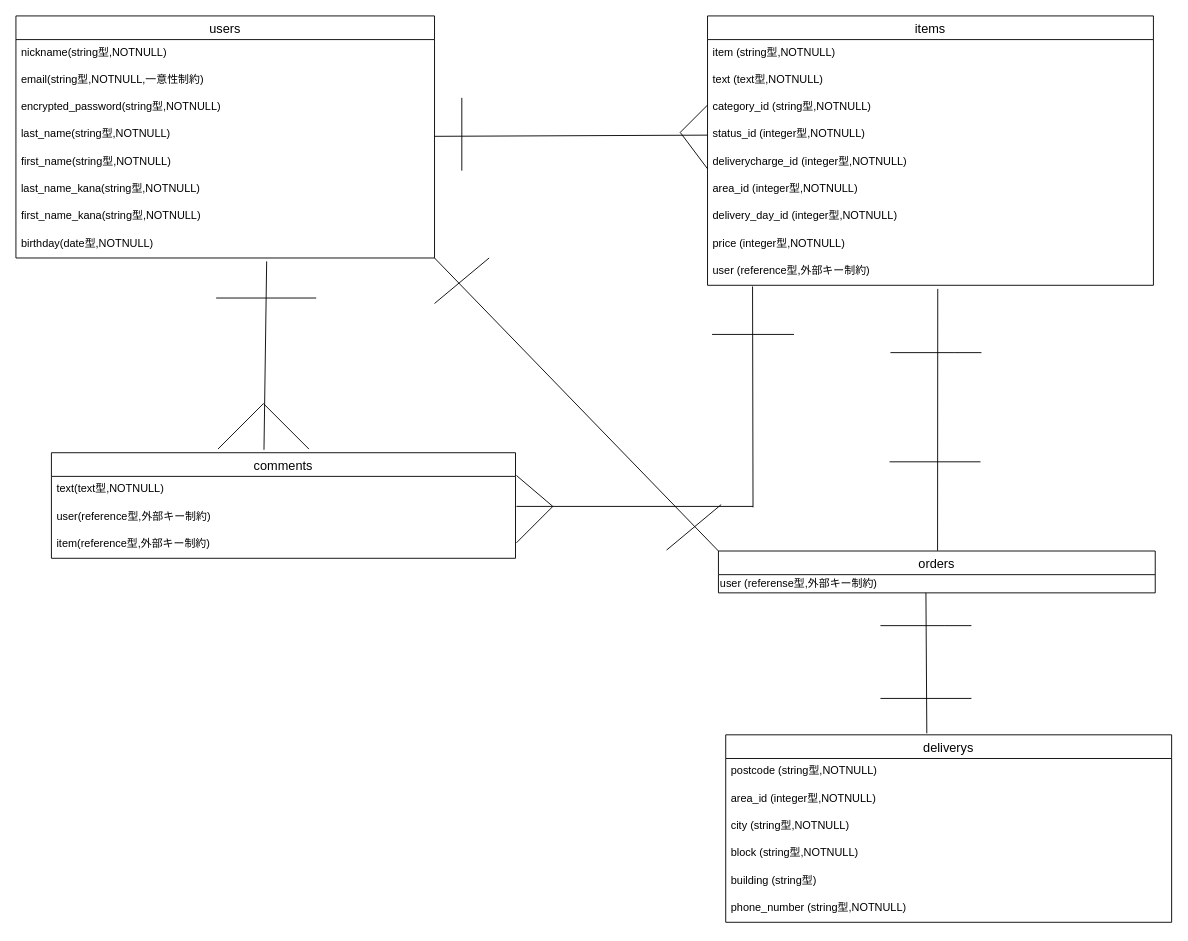
Before: furima.dio in nariki07/furima-38307, a draw.io diagram. Source tidied: cells renumbered, new cells numbered last; positions are measured from the earlier drawing's top-left corner, leaving out a move shared by most shapes. Both pictures are drawn from the tidied source at 91%, with x=0, y=0 at pixel (15, 15).
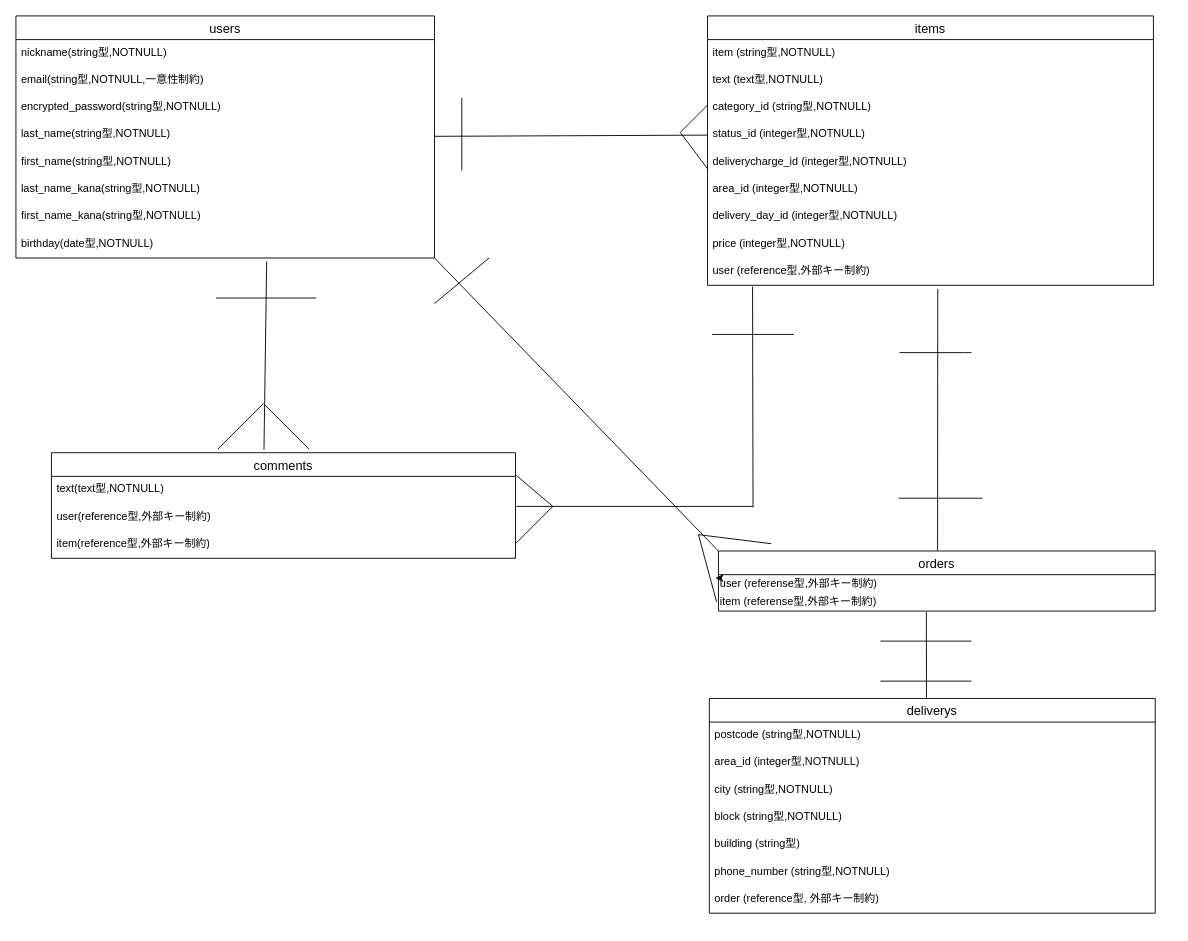
The same diagram, later.

Commit message (it also covers changes not shown here):
データベース設計の修正2

Unchanged cells that the change refers to:
```xml
<mxCell id="46" value="user (referense型,外部キー制約)" style="text;html=1;align=left;verticalAlign=middle;points=[];strokeColor=none;fillColor=none;" parent="45" vertex="1">
  <mxGeometry y="26" width="480" height="20" as="geometry" />
</mxCell>
```

Change to the diagram source:
```diff
@@
     <mxCell id="26" value="deliverys" style="swimlane;fontStyle=0;horizontal=1;startSize=26;align=center;fontSize=14;" parent="1" vertex="1">
-      <mxGeometry x="780" y="790" width="490" height="206" as="geometry" />
+      <mxGeometry x="762" y="750" width="490" height="236" as="geometry" />
     </mxCell>
@@
+    <mxCell id="53" value="order (reference型, 外部キー制約)" style="text;strokeColor=none;fillColor=none;spacingLeft=4;spacingRight=4;overflow=hidden;fontSize=12;" parent="26" vertex="1">
+      <mxGeometry y="206" width="490" height="30" as="geometry" />
+    </mxCell>
@@
-    <mxCell id="43" style="endArrow=none;html=1;rounded=0;" parent="1" edge="1">
-      <mxGeometry relative="1" as="geometry">
-        <mxPoint x="960" y="490" as="sourcePoint" />
-        <mxPoint x="1060" y="490" as="targetPoint" />
-      </mxGeometry>
-    </mxCell>
     <mxCell id="44" style="endArrow=none;html=1;rounded=0;" parent="1" edge="1">
       <mxGeometry relative="1" as="geometry">
-        <mxPoint x="961" y="370" as="sourcePoint" />
-        <mxPoint x="1061" y="370" as="targetPoint" />
+        <mxPoint x="971" y="370" as="sourcePoint" />
+        <mxPoint x="1050" y="370" as="targetPoint" />
         <Array as="points">
-          <mxPoint x="1031" y="370" />
+          <mxPoint x="1041" y="370" />
         </Array>
       </mxGeometry>
     </mxCell>
     <mxCell id="45" value="orders" style="swimlane;fontStyle=0;horizontal=1;startSize=26;align=center;fontSize=14;" parent="1" vertex="1">
-      <mxGeometry x="772" y="588" width="480" height="46" as="geometry" />
+      <mxGeometry x="772" y="588" width="480" height="66" as="geometry" />
     </mxCell>
+    <mxCell id="43" style="endArrow=none;html=1;rounded=0;" parent="45" edge="1">
+      <mxGeometry relative="1" as="geometry">
+        <mxPoint x="198" y="-58" as="sourcePoint" />
+        <mxPoint x="290" y="-58" as="targetPoint" />
+        <Array as="points">
+          <mxPoint x="238" y="-58" />
+        </Array>
+      </mxGeometry>
+    </mxCell>
@@
-    <mxCell id="47" style="endArrow=none;html=1;rounded=0;entryX=0.451;entryY=-0.008;entryDx=0;entryDy=0;entryPerimeter=0;" parent="45" edge="1" target="26">
-      <mxGeometry relative="1" as="geometry">
-        <mxPoint x="228" y="46" as="sourcePoint" />
-      </mxGeometry>
-    </mxCell>
+    <mxCell id="54" value="item (referense型,外部キー制約)" style="text;html=1;align=left;verticalAlign=middle;points=[];strokeColor=none;fillColor=none;" parent="45" vertex="1">
+      <mxGeometry y="46" width="480" height="20" as="geometry" />
+    </mxCell>
+    <mxCell id="55" style="edgeStyle=none;html=1;entryX=-0.007;entryY=0.186;entryDx=0;entryDy=0;entryPerimeter=0;" parent="45" edge="1" source="45" target="46">
+      <mxGeometry relative="1" as="geometry" />
+    </mxCell>
+    <mxCell id="50" style="endArrow=none;html=1;rounded=0;" parent="45" edge="1">
+      <mxGeometry relative="1" as="geometry">
+        <mxPoint x="-2" y="56" as="sourcePoint" />
+        <mxPoint x="58" y="-8" as="targetPoint" />
+        <Array as="points">
+          <mxPoint x="-22" y="-18" />
+        </Array>
+      </mxGeometry>
+    </mxCell>
@@
-    <mxCell id="50" style="endArrow=none;html=1;rounded=0;" parent="1" edge="1">
-      <mxGeometry relative="1" as="geometry">
-        <mxPoint x="715" y="587" as="sourcePoint" />
-        <mxPoint x="775" y="537" as="targetPoint" />
-      </mxGeometry>
-    </mxCell>
     <mxCell id="51" style="endArrow=none;html=1;rounded=0;" parent="1" edge="1">
       <mxGeometry relative="1" as="geometry">
-        <mxPoint x="950" y="750" as="sourcePoint" />
-        <mxPoint x="1050" y="750" as="targetPoint" />
+        <mxPoint x="950" y="731" as="sourcePoint" />
+        <mxPoint x="1050" y="731" as="targetPoint" />
       </mxGeometry>
     </mxCell>
-    <mxCell id="52" style="endArrow=none;html=1;rounded=0;" parent="1" edge="1">
-      <mxGeometry relative="1" as="geometry">
-        <mxPoint x="950" y="670" as="sourcePoint" />
-        <mxPoint x="1050" y="670" as="targetPoint" />
-        <Array as="points">
-          <mxPoint x="1020" y="670" />
-        </Array>
-      </mxGeometry>
-    </mxCell>
+    <mxCell id="56" style="endArrow=none;html=1;rounded=0;" parent="1" edge="1">
+      <mxGeometry relative="1" as="geometry">
+        <mxPoint x="950" y="687" as="sourcePoint" />
+        <mxPoint x="1050" y="687" as="targetPoint" />
+      </mxGeometry>
+    </mxCell>
+    <mxCell id="47" style="endArrow=none;html=1;rounded=0;entryX=0.487;entryY=-0.004;entryDx=0;entryDy=0;entryPerimeter=0;exitX=0.476;exitY=1.056;exitDx=0;exitDy=0;exitPerimeter=0;" parent="1" edge="1" source="54" target="26">
+      <mxGeometry relative="1" as="geometry" />
+    </mxCell>
```
